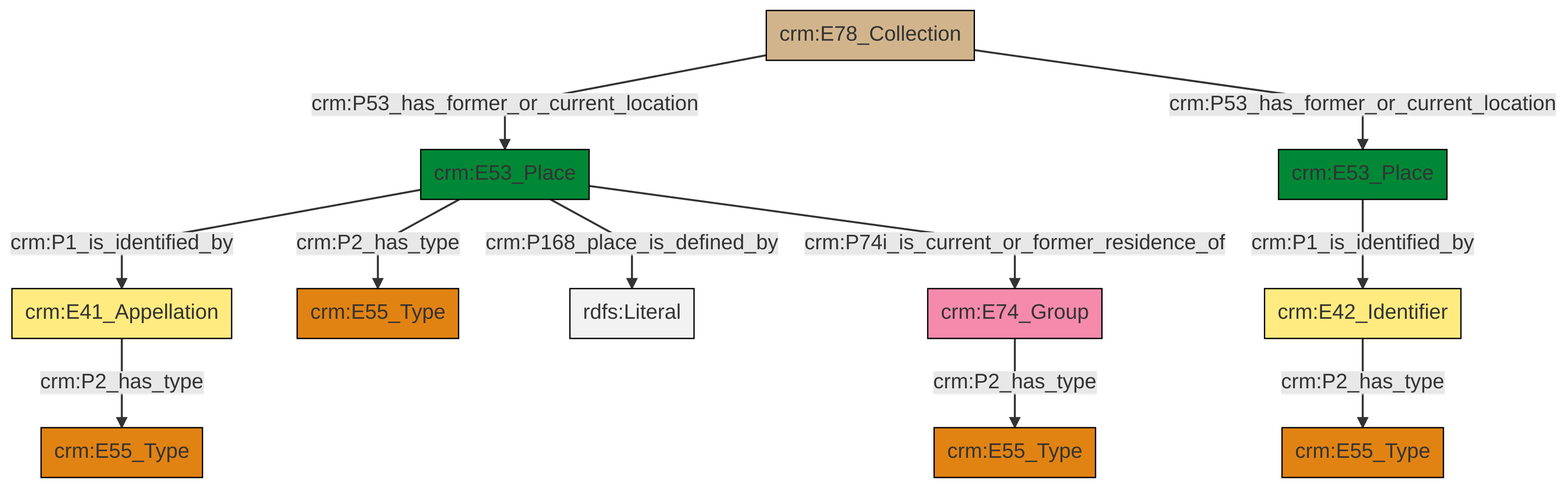
The Mermaid diagram et/archivalCSV/ttl/mmd/png/archival_location.png in swiss-art-research-net/docs.swissartresearch, before a commit. Its source is kept beside it as et/archivalCSV/ttl/mmd/archival_location.ttl.mmd.
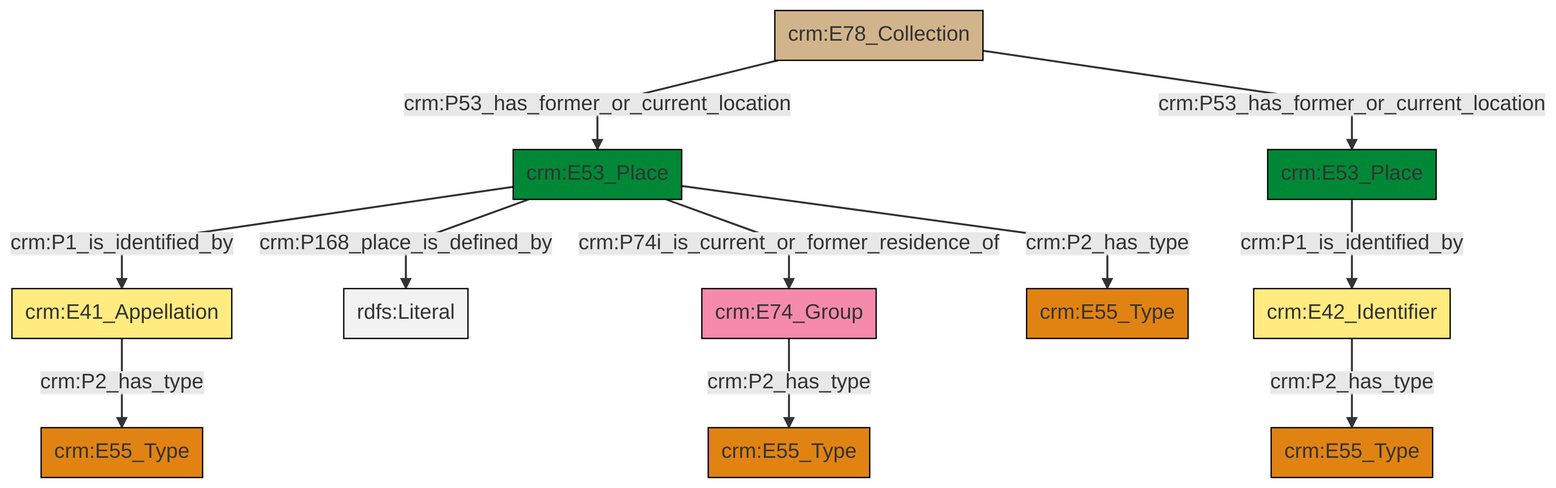
Above is the later version.

The edit, as a diff of the source:
```diff
@@ -13,13 +13,13 @@
 classDef PC_Classes fill:#4ce600, stroke:#000000;
 classDef Multi fill:#cccccc,stroke:#000000;
 
-0["crm:E78_Collection"]:::Physical_Thing -->|crm:P53_has_former_or_current_location| 1["crm:E53_Place"]:::Place
-9["crm:E74_Group"]:::Actor -->|crm:P2_has_type| 13["crm:E55_Type"]:::Type
-16["crm:E42_Identifier"]:::Appellation -->|crm:P2_has_type| 2["crm:E55_Type"]:::Type
-1["crm:E53_Place"]:::Place -->|crm:P1_is_identified_by| 11["crm:E41_Appellation"]:::Appellation
-1["crm:E53_Place"]:::Place -->|crm:P2_has_type| 6["crm:E55_Type"]:::Type
-14["crm:E53_Place"]:::Place -->|crm:P1_is_identified_by| 16["crm:E42_Identifier"]:::Appellation
-1["crm:E53_Place"]:::Place -->|crm:P168_place_is_defined_by| 21[rdfs:Literal]:::Literal
-0["crm:E78_Collection"]:::Physical_Thing -->|crm:P53_has_former_or_current_location| 14["crm:E53_Place"]:::Place
-11["crm:E41_Appellation"]:::Appellation -->|crm:P2_has_type| 4["crm:E55_Type"]:::Type
-1["crm:E53_Place"]:::Place -->|crm:P74i_is_current_or_former_residence_of| 9["crm:E74_Group"]:::Actor
+2["crm:E42_Identifier"]:::Appellation -->|crm:P2_has_type| 4["crm:E55_Type"]:::Type
+5["crm:E41_Appellation"]:::Appellation -->|crm:P2_has_type| 6["crm:E55_Type"]:::Type
+11["crm:E74_Group"]:::Actor -->|crm:P2_has_type| 0["crm:E55_Type"]:::Type
+13["crm:E53_Place"]:::Place -->|crm:P1_is_identified_by| 2["crm:E42_Identifier"]:::Appellation
+16["crm:E53_Place"]:::Place -->|crm:P1_is_identified_by| 5["crm:E41_Appellation"]:::Appellation
+16["crm:E53_Place"]:::Place -->|crm:P168_place_is_defined_by| 17[rdfs:Literal]:::Literal
+9["crm:E78_Collection"]:::Physical_Thing -->|crm:P53_has_former_or_current_location| 16["crm:E53_Place"]:::Place
+16["crm:E53_Place"]:::Place -->|crm:P74i_is_current_or_former_residence_of| 11["crm:E74_Group"]:::Actor
+9["crm:E78_Collection"]:::Physical_Thing -->|crm:P53_has_former_or_current_location| 13["crm:E53_Place"]:::Place
+16["crm:E53_Place"]:::Place -->|crm:P2_has_type| 7["crm:E55_Type"]:::Type
```
